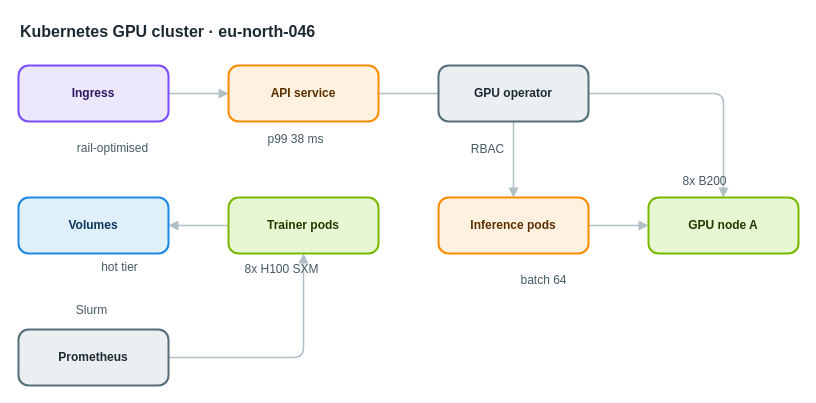
The draw.io diagram apps/web/public/samples/library/046-kubernetes-gpu-cluster.drawio in AryanG01/open-apprentice, before the edit. Source tidied: cells renumbered, new cells numbered last; positions are measured from the earlier drawing's top-left corner, leaving out a move shared by most shapes. Both pictures are drawn from the tidied source at 100%, with x=0, y=0 at pixel (18, 17).
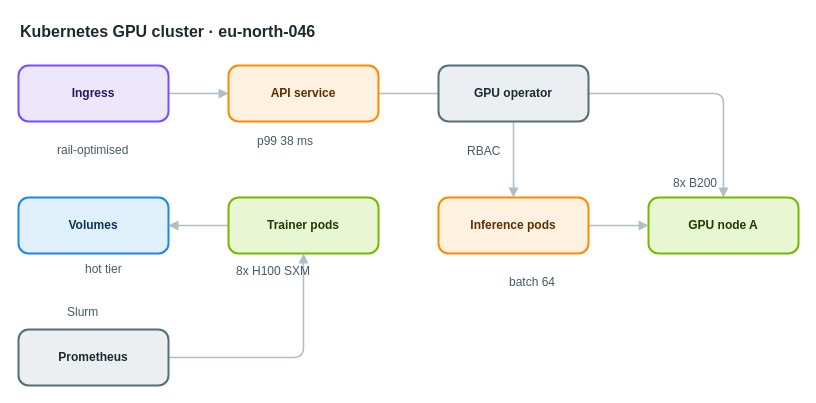
The same page after the edit.

The edit, as a diff of the source:
```diff
@@
-    <mxCell id="17" value="rail-optimised" style="text;html=1;align=center;verticalAlign=middle;whiteSpace=nowrap;strokeColor=none;fillColor=none;fontSize=12;fontColor=#455a64;" parent="1" vertex="1">
+    <mxCell id="17" value="rail-optimised" style="text;html=1;align=left;verticalAlign=top;whiteSpace=nowrap;spacing=0;spacingTop=0;strokeColor=none;fillColor=none;fontSize=12;fontColor=#455a64;" parent="1" vertex="1">
       <mxGeometry x="39" y="121" width="110" height="20" as="geometry" />
     </mxCell>
-    <mxCell id="18" value="p99 38 ms" style="text;html=1;align=center;verticalAlign=middle;whiteSpace=nowrap;strokeColor=none;fillColor=none;fontSize=12;fontColor=#455a64;" parent="1" vertex="1">
+    <mxCell id="18" value="p99 38 ms" style="text;html=1;align=left;verticalAlign=top;whiteSpace=nowrap;spacing=0;spacingTop=0;strokeColor=none;fillColor=none;fontSize=12;fontColor=#455a64;" parent="1" vertex="1">
       <mxGeometry x="239" y="112" width="75" height="20" as="geometry" />
     </mxCell>
-    <mxCell id="19" value="RBAC" style="text;html=1;align=center;verticalAlign=middle;whiteSpace=nowrap;strokeColor=none;fillColor=none;fontSize=12;fontColor=#455a64;" parent="1" vertex="1">
+    <mxCell id="19" value="RBAC" style="text;html=1;align=left;verticalAlign=top;whiteSpace=nowrap;spacing=0;spacingTop=0;strokeColor=none;fillColor=none;fontSize=12;fontColor=#455a64;" parent="1" vertex="1">
       <mxGeometry x="449" y="122" width="40" height="20" as="geometry" />
     </mxCell>
-    <mxCell id="20" value="8x H100 SXM" style="text;html=1;align=center;verticalAlign=middle;whiteSpace=nowrap;strokeColor=none;fillColor=none;fontSize=12;fontColor=#455a64;" parent="1" vertex="1">
+    <mxCell id="20" value="8x H100 SXM" style="text;html=1;align=left;verticalAlign=top;whiteSpace=nowrap;spacing=0;spacingTop=0;strokeColor=none;fillColor=none;fontSize=12;fontColor=#455a64;" parent="1" vertex="1">
       <mxGeometry x="218" y="242" width="89" height="20" as="geometry" />
     </mxCell>
-    <mxCell id="21" value="batch 64" style="text;html=1;align=center;verticalAlign=middle;whiteSpace=nowrap;strokeColor=none;fillColor=none;fontSize=12;fontColor=#455a64;" parent="1" vertex="1">
+    <mxCell id="21" value="batch 64" style="text;html=1;align=left;verticalAlign=top;whiteSpace=nowrap;spacing=0;spacingTop=0;strokeColor=none;fillColor=none;fontSize=12;fontColor=#455a64;" parent="1" vertex="1">
       <mxGeometry x="491" y="253" width="68" height="20" as="geometry" />
     </mxCell>
-    <mxCell id="22" value="8x B200" style="text;html=1;align=center;verticalAlign=middle;whiteSpace=nowrap;strokeColor=none;fillColor=none;fontSize=12;fontColor=#455a64;" parent="1" vertex="1">
+    <mxCell id="22" value="8x B200" style="text;html=1;align=left;verticalAlign=top;whiteSpace=nowrap;spacing=0;spacingTop=0;strokeColor=none;fillColor=none;fontSize=12;fontColor=#455a64;" parent="1" vertex="1">
       <mxGeometry x="655" y="154" width="61" height="20" as="geometry" />
     </mxCell>
-    <mxCell id="23" value="hot tier" style="text;html=1;align=center;verticalAlign=middle;whiteSpace=nowrap;strokeColor=none;fillColor=none;fontSize=12;fontColor=#455a64;" parent="1" vertex="1">
+    <mxCell id="23" value="hot tier" style="text;html=1;align=left;verticalAlign=top;whiteSpace=nowrap;spacing=0;spacingTop=0;strokeColor=none;fillColor=none;fontSize=12;fontColor=#455a64;" parent="1" vertex="1">
       <mxGeometry x="67" y="240" width="68" height="20" as="geometry" />
     </mxCell>
-    <mxCell id="24" value="Slurm" style="text;html=1;align=center;verticalAlign=middle;whiteSpace=nowrap;strokeColor=none;fillColor=none;fontSize=12;fontColor=#455a64;" parent="1" vertex="1">
+    <mxCell id="24" value="Slurm" style="text;html=1;align=left;verticalAlign=top;whiteSpace=nowrap;spacing=0;spacingTop=0;strokeColor=none;fillColor=none;fontSize=12;fontColor=#455a64;" parent="1" vertex="1">
       <mxGeometry x="49" y="283" width="47" height="20" as="geometry" />
     </mxCell>
```
